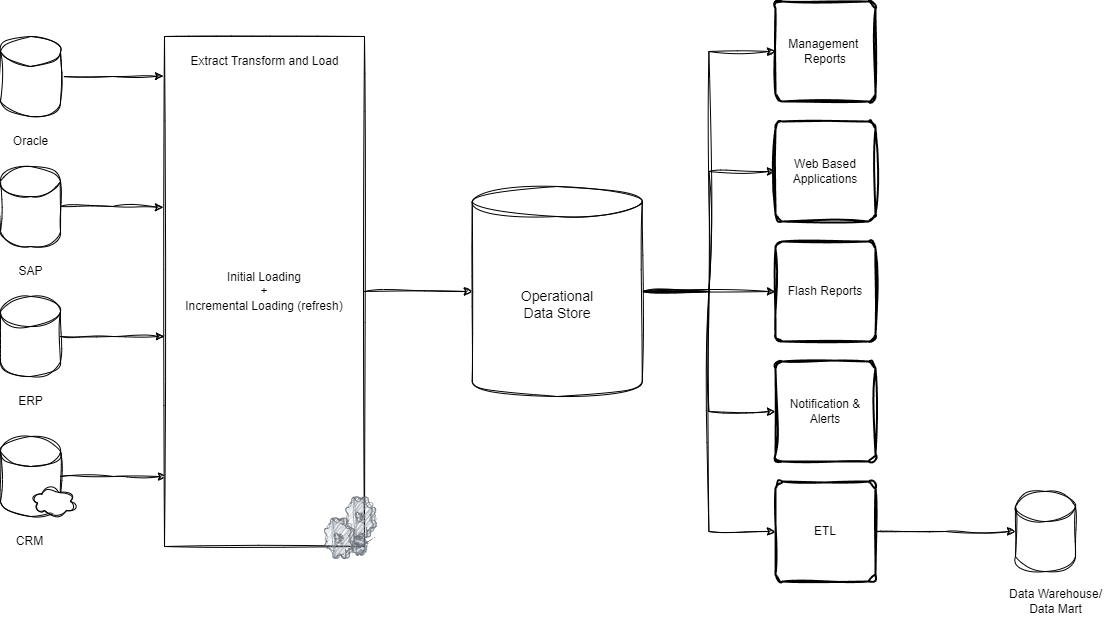
This is assets/images/ods.png from Madhavrao/madhavrao.github.io, a draw.io export, as it was before one commit. Source tidied: cells renumbered, new cells last; positions are measured from the earlier drawing's top-left corner, leaving out a move shared by most shapes.
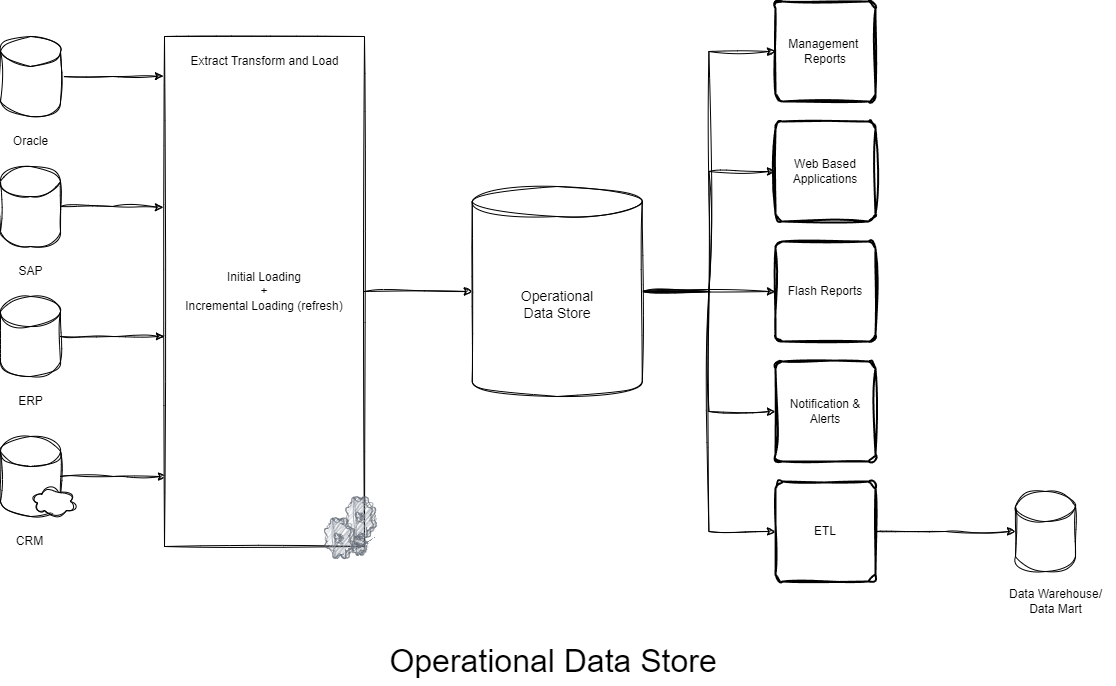
Above is the later version.

Change to the diagram source:
```diff
@@ -97,5 +97,8 @@
     <mxCell id="32" value="Data Warehouse/&lt;br&gt;Data Mart" style="text;html=1;align=center;verticalAlign=middle;strokeColor=none;fillColor=none;sketch=1;curveFitting=1;jiggle=2;" parent="1" vertex="1">
       <mxGeometry x="995" y="580" width="120" height="40" as="geometry" />
     </mxCell>
+    <mxCell id="33" value="Operational Data Store&amp;nbsp;" style="text;html=1;align=center;verticalAlign=middle;strokeColor=none;fillColor=none;fontSize=32;" parent="1" vertex="1">
+      <mxGeometry x="376.8" y="635" width="360" height="50" as="geometry" />
+    </mxCell>
   </root>
 </mxGraphModel>
```
